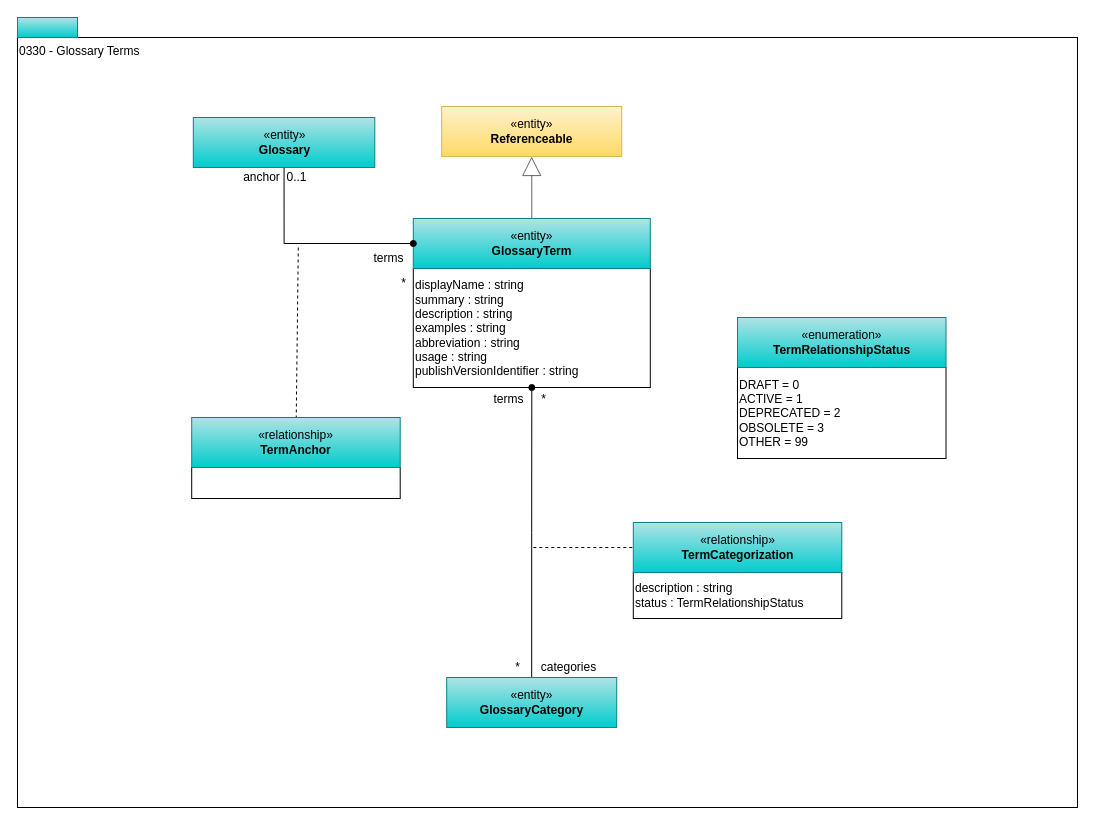
odpi/egeria-docs keeps this draw.io diagram as page "0330-Terms" (4 of 13) of site/docs/types/3/area-3-glossary.drawio. Above is the earlier version. Source tidied: cells renumbered, new cells numbered last; positions are measured from the earlier drawing's top-left corner, leaving out a move shared by most shapes. Both pictures are drawn from the tidied source at 100%, with x=0, y=0 at pixel (17, 17).
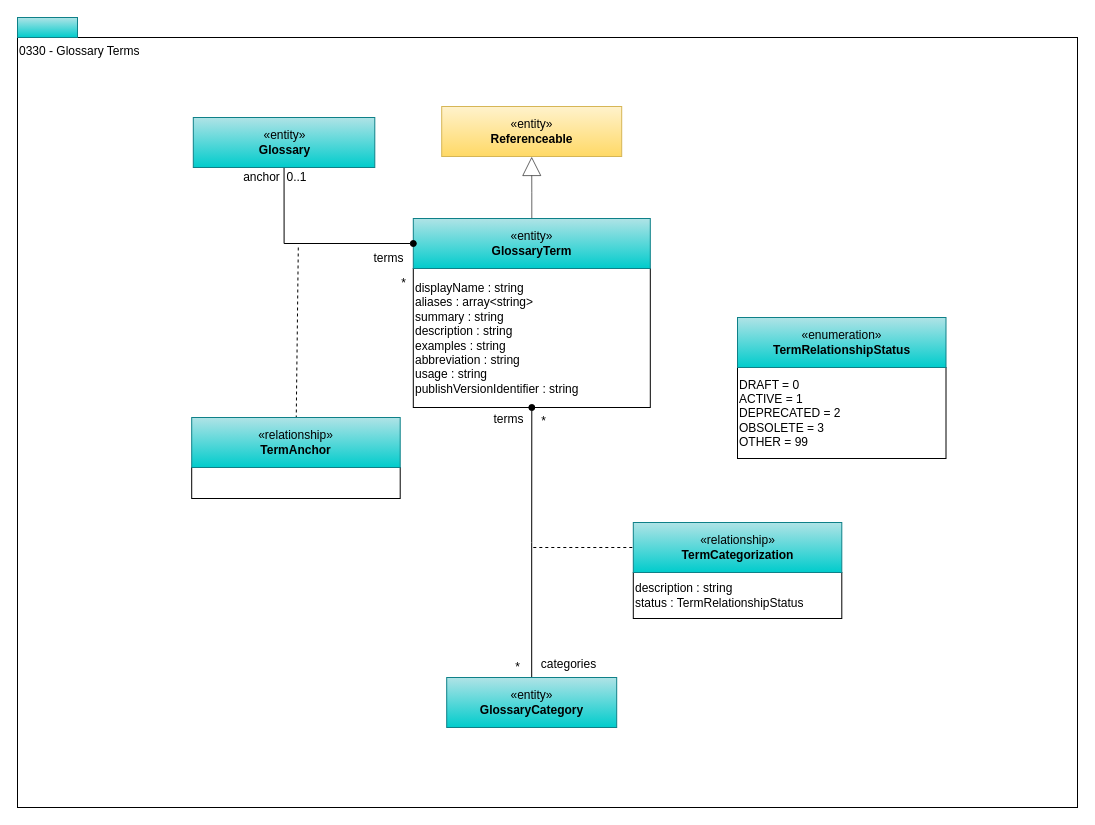
After the change.

Commit message (it also covers changes not shown here):
Add aliases attribute to glossary term

Diff of the diagram source:
```diff
@@
-    <mxCell id="4" value="displayName : string&lt;br&gt;summary : string&lt;br&gt;description : string&lt;br&gt;examples : string&lt;br&gt;abbreviation : string&lt;br&gt;usage : string&lt;br&gt;publishVersionIdentifier : string" style="rounded=0;whiteSpace=wrap;html=1;strokeColor=#000000;gradientColor=#ffffff;align=left;" parent="1" vertex="1">
-      <mxGeometry x="395.8" y="251" width="237" height="119" as="geometry" />
+    <mxCell id="4" value="displayName : string&lt;div&gt;aliases : array&amp;lt;string&amp;gt;&lt;br&gt;summary : string&lt;br&gt;description : string&lt;br&gt;examples : string&lt;br&gt;abbreviation : string&lt;br&gt;usage : string&lt;br&gt;publishVersionIdentifier : string&lt;/div&gt;" style="rounded=0;whiteSpace=wrap;html=1;strokeColor=#000000;gradientColor=#ffffff;align=left;" parent="1" vertex="1">
+      <mxGeometry x="395.8" y="251" width="237" height="139" as="geometry" />
     </mxCell>
@@
     <mxCell id="22" value="categories" style="text;html=1;align=center;verticalAlign=middle;" parent="1" vertex="1">
-      <mxGeometry x="515.8" y="640" width="70" height="20" as="geometry" />
+      <mxGeometry x="515.8" y="637" width="70" height="20" as="geometry" />
     </mxCell>
@@
     <mxCell id="24" value="*" style="text;html=1;align=center;verticalAlign=middle;" parent="1" vertex="1">
-      <mxGeometry x="515.8" y="372" width="20" height="20" as="geometry" />
+      <mxGeometry x="515.8" y="394" width="20" height="20" as="geometry" />
     </mxCell>
     <mxCell id="25" value="terms" style="text;html=1;align=center;verticalAlign=middle;" parent="1" vertex="1">
-      <mxGeometry x="465.8" y="372" width="50" height="20" as="geometry" />
+      <mxGeometry x="465.8" y="392" width="50" height="20" as="geometry" />
     </mxCell>
```
